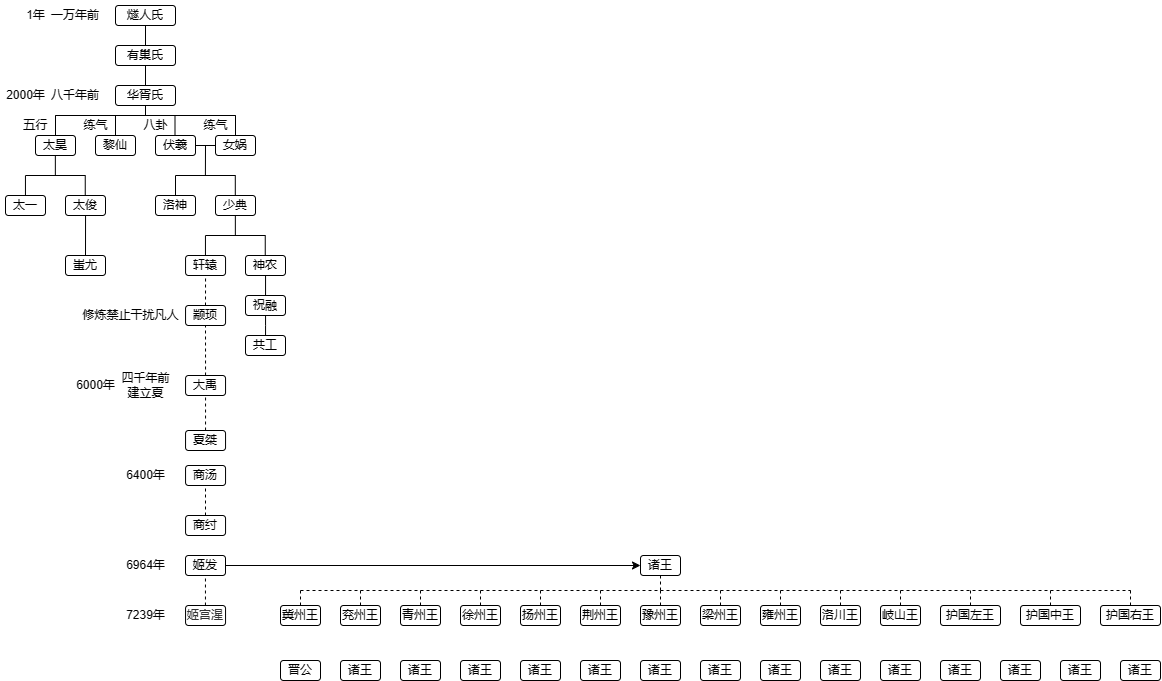
Before: 世系谱.png, a diagram exported from draw.io (isGYoo/GY-s-diagrams). Source tidied: cells renumbered, new cells last; positions are measured from the earlier drawing's top-left corner, leaving out a move shared by most shapes.
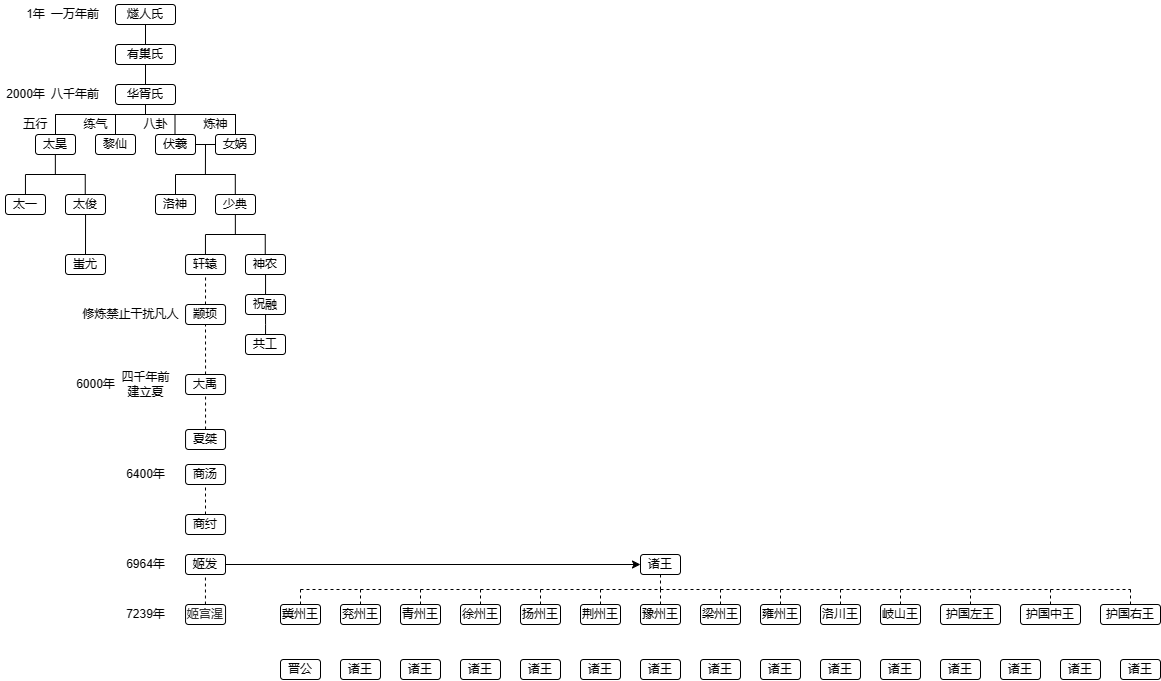
After the change.

Commit message:
更新世系谱.png

Change to the diagram source:
```diff
@@ -238,8 +238,8 @@
     <mxCell id="52" value="八卦" style="text;html=1;align=center;verticalAlign=middle;strokeColor=none;fillColor=none;fontSize=11;" parent="1" vertex="1">
       <mxGeometry x="135" y="115" width="40" height="20" as="geometry" />
     </mxCell>
-    <mxCell id="53" value="练气" style="text;html=1;align=center;verticalAlign=middle;strokeColor=none;fillColor=none;fontSize=11;" parent="1" vertex="1">
-      <mxGeometry x="195" y="115" width="40" height="20" as="geometry" />
+    <mxCell id="53" value="炼神" style="text;html=1;align=center;verticalAlign=middle;strokeColor=none;fillColor=none;fontSize=11;" parent="1" vertex="1">
+      <mxGeometry x="190" y="110" width="50" height="30" as="geometry" />
     </mxCell>
     <mxCell id="54" style="endArrow=none;dashed=1;html=1;rounded=0;fontSize=11;entryX=0.5;entryY=1;entryDx=0;entryDy=0;exitX=0.5;exitY=0;exitDx=0;exitDy=0;" parent="1" edge="1" source="55" target="48">
       <mxGeometry relative="1" as="geometry" />
```
